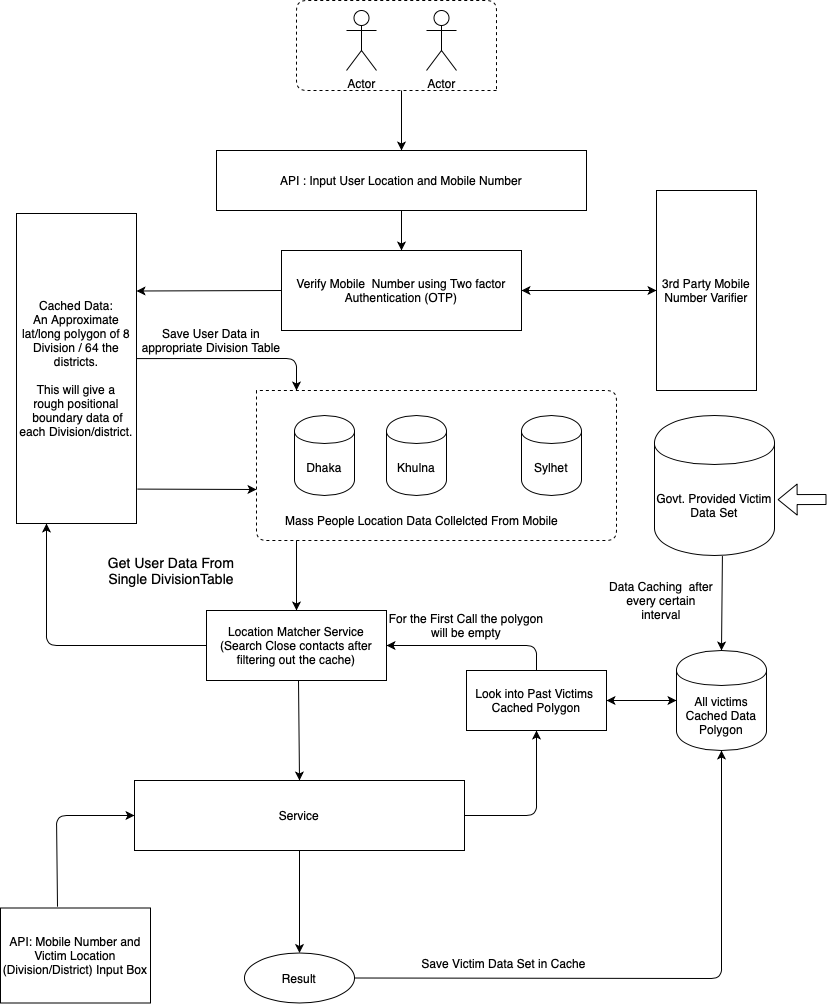
Before: architecture/SystemDesign.png, a diagram exported from draw.io (hissain/CoronaTracker). Source tidied: cells renumbered, new cells last; positions are measured from the earlier drawing's top-left corner, leaving out a move shared by most shapes.
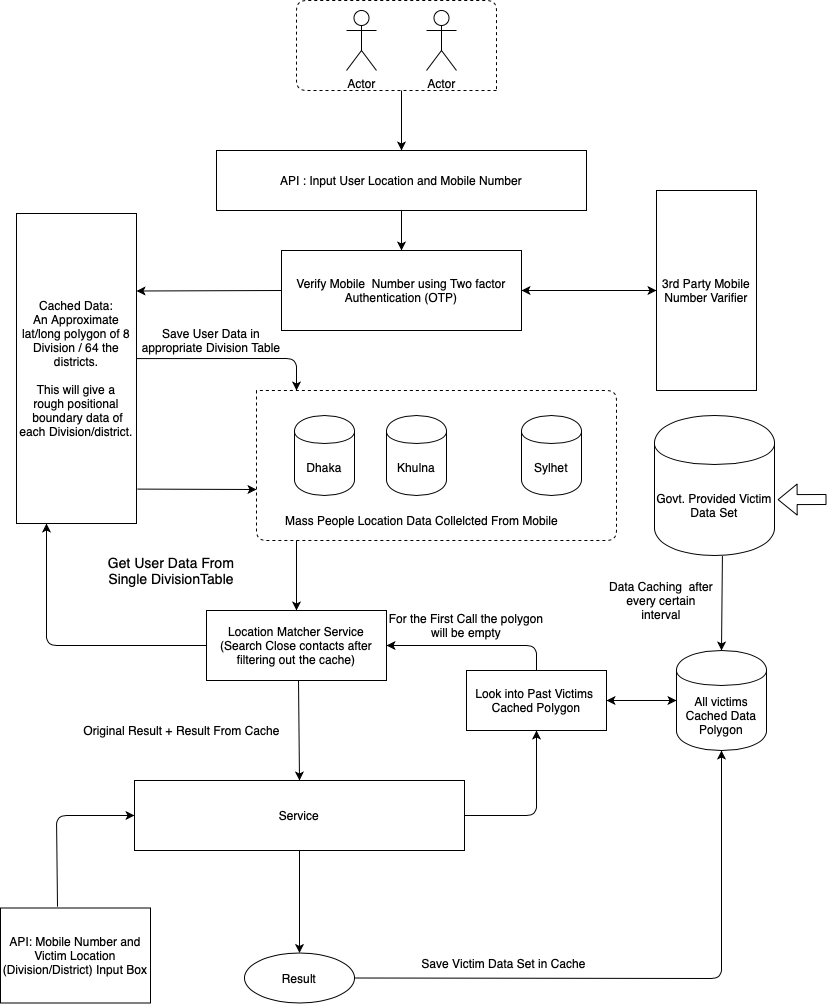
The same diagram one commit later.

Commit message:
Description added in the design

What changed in the source:
```diff
@@ -177,5 +177,8 @@
     <mxCell id="42" value="For the First Call the polygon will be empty" style="text;html=1;strokeColor=none;fillColor=none;align=center;verticalAlign=middle;whiteSpace=wrap;rounded=0;" parent="1" vertex="1">
       <mxGeometry x="386" y="600" width="160" height="50" as="geometry" />
     </mxCell>
+    <mxCell id="43" value="Original Result + Result From Cache" style="text;html=1;align=center;verticalAlign=middle;" parent="1" vertex="1">
+      <mxGeometry x="76" y="720" width="210" height="20" as="geometry" />
+    </mxCell>
   </root>
 </mxGraphModel>
```
